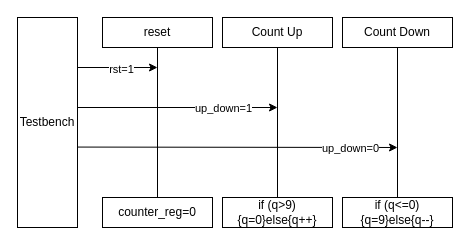
The draw.io diagram 1/MSC.drawio in gordonpow/lab_hardware_test, before the edit. Source tidied: cells renumbered, new cells numbered last; positions are measured from the earlier drawing's top-left corner, leaving out a move shared by most shapes. Both pictures are drawn from the tidied source at 100%, with x=0, y=0 at pixel (17, 17).
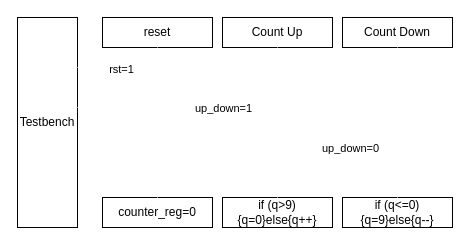
Above is the later version.

Unchanged cells that the change refers to:
```xml
<mxCell id="2" value="reset" style="rounded=0;whiteSpace=wrap;html=1;fillStyle=auto;" parent="1" vertex="1">
  <mxGeometry x="85" width="110" height="30" as="geometry" />
</mxCell>
<mxCell id="3" value="counter_reg=0" style="rounded=0;whiteSpace=wrap;html=1;" parent="1" vertex="1">
  <mxGeometry x="85" y="180" width="110" height="30" as="geometry" />
</mxCell>
<mxCell id="5" value="Count Up" style="rounded=0;whiteSpace=wrap;html=1;" parent="1" vertex="1">
  <mxGeometry x="205" width="110" height="30" as="geometry" />
</mxCell>
<mxCell id="6" value="if (q&amp;gt;9){q=0}else{q++}" style="rounded=0;whiteSpace=wrap;html=1;" parent="1" vertex="1">
  <mxGeometry x="205" y="180" width="110" height="30" as="geometry" />
</mxCell>
<mxCell id="8" value="Count Down" style="rounded=0;whiteSpace=wrap;html=1;" parent="1" vertex="1">
  <mxGeometry x="325" width="110" height="30" as="geometry" />
</mxCell>
<mxCell id="9" value="if (q&amp;lt;=0){q=9}else{q--}" style="rounded=0;whiteSpace=wrap;html=1;" parent="1" vertex="1">
  <mxGeometry x="325" y="180" width="110" height="30" as="geometry" />
</mxCell>
<mxCell id="11" value="Testbench" style="rounded=0;whiteSpace=wrap;html=1;" parent="1" vertex="1">
  <mxGeometry width="60" height="210" as="geometry" />
</mxCell>
```

Diff of the diagram source:
```diff
@@
-    <mxCell id="4" style="endArrow=none;html=1;entryX=0.5;entryY=1;entryDx=0;entryDy=0;" parent="1" edge="1" source="3" target="2">
+    <mxCell id="4" style="endArrow=none;html=1;entryX=0.5;entryY=1;entryDx=0;entryDy=0;strokeColor=#FFFFFF;" parent="1" edge="1" source="3" target="2">
       <mxGeometry relative="1" as="geometry" />
     </mxCell>
@@
-    <mxCell id="7" style="endArrow=none;html=1;entryX=0.5;entryY=1;entryDx=0;entryDy=0;" parent="1" edge="1" source="6" target="5">
+    <mxCell id="7" style="endArrow=none;html=1;entryX=0.5;entryY=1;entryDx=0;entryDy=0;strokeColor=#FFFFFF;" parent="1" edge="1" source="6" target="5">
       <mxGeometry relative="1" as="geometry" />
     </mxCell>
@@
-    <mxCell id="10" style="endArrow=none;html=1;entryX=0.5;entryY=1;entryDx=0;entryDy=0;" parent="1" edge="1" source="9" target="8">
+    <mxCell id="10" style="endArrow=none;html=1;entryX=0.5;entryY=1;entryDx=0;entryDy=0;strokeColor=#FFFFFF;" parent="1" edge="1" source="9" target="8">
       <mxGeometry relative="1" as="geometry" />
     </mxCell>
@@
-    <mxCell id="12" style="endArrow=classic;html=1;" parent="1" edge="1">
+    <mxCell id="12" value="&lt;br&gt;&lt;br&gt;&lt;br&gt;&lt;br&gt;&lt;br&gt;&lt;br&gt;&lt;br&gt;" style="endArrow=classic;html=1;strokeColor=#FFFFFF;" parent="1" edge="1">
       <mxGeometry relative="1" as="geometry">
         <mxPoint x="60" y="50" as="sourcePoint" />
         <mxPoint x="140" y="50" as="targetPoint" />
       </mxGeometry>
     </mxCell>
@@
-    <mxCell id="14" style="endArrow=classic;html=1;" parent="1" edge="1">
+    <mxCell id="14" style="endArrow=classic;html=1;strokeColor=#FFFFFF;" parent="1" edge="1">
       <mxGeometry relative="1" as="geometry">
         <mxPoint x="60" y="90" as="sourcePoint" />
         <mxPoint x="260" y="90" as="targetPoint" />
       </mxGeometry>
     </mxCell>
@@
-    <mxCell id="16" style="endArrow=classic;html=1;exitX=1.008;exitY=0.617;exitDx=0;exitDy=0;exitPerimeter=0;" parent="1" edge="1" source="11">
+    <mxCell id="16" style="endArrow=classic;html=1;exitX=1.008;exitY=0.617;exitDx=0;exitDy=0;exitPerimeter=0;strokeColor=#FFFFFF;" parent="1" edge="1" source="11">
       <mxGeometry relative="1" as="geometry">
         <mxPoint x="380" y="130" as="targetPoint" />
       </mxGeometry>
     </mxCell>
```
